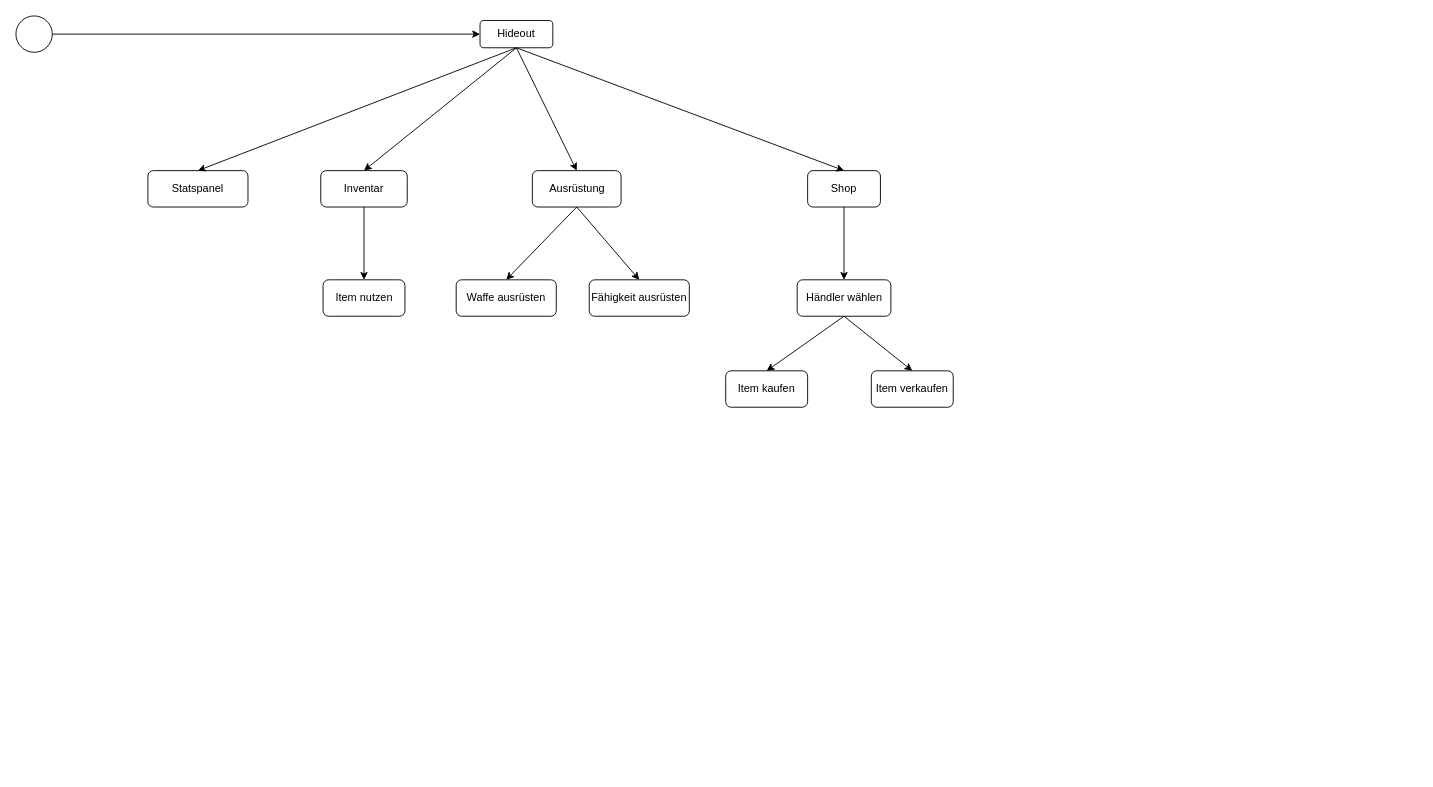
Earlier version of the draw.io diagram Ablaufplan.drawio (Fabi18742/Rpg). Source tidied: cells renumbered, new cells numbered last; positions are measured from the earlier drawing's top-left corner, leaving out a move shared by most shapes. Both pictures are drawn from the tidied source at 91%, with x=0, y=0 at pixel (15, 15).
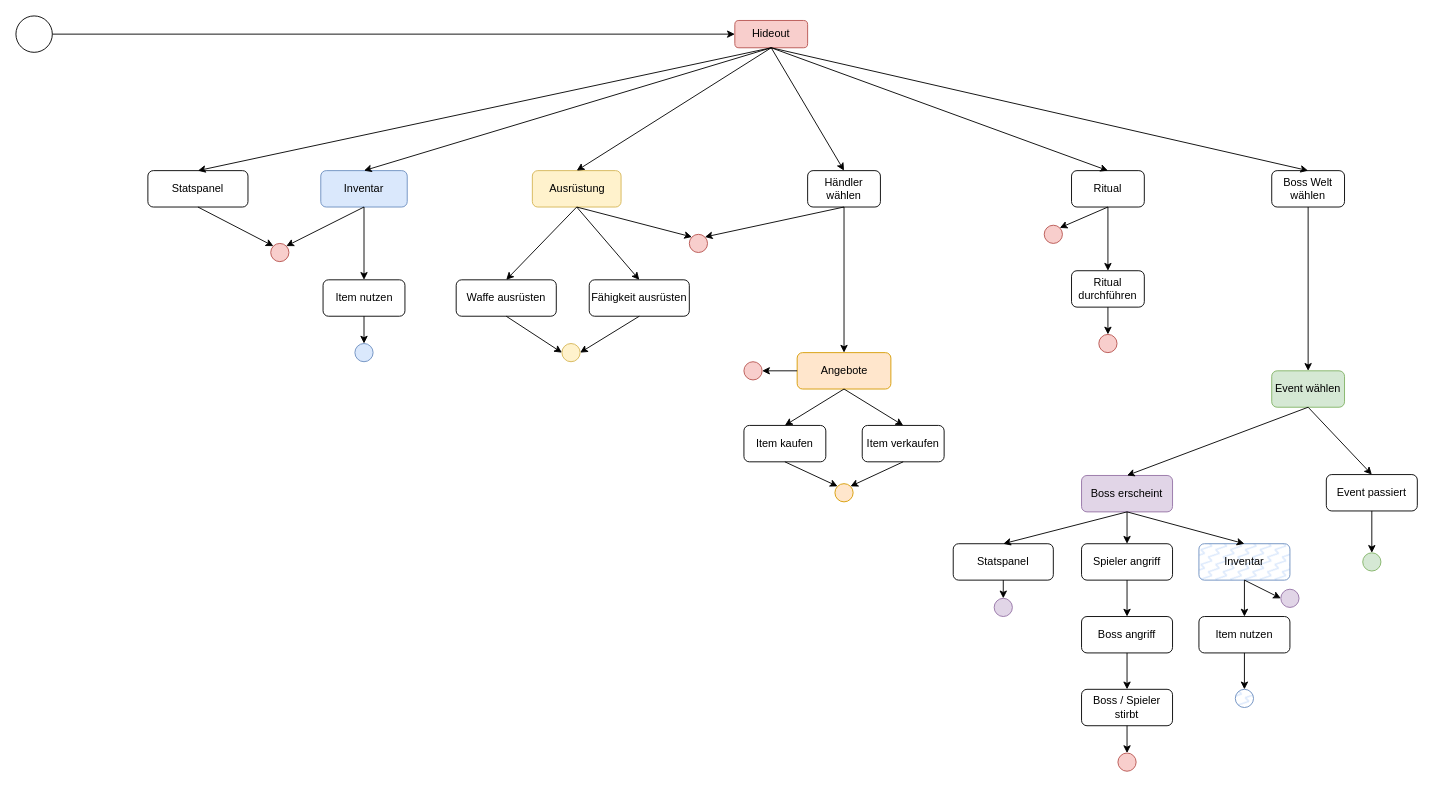
After the change.

The change refers to these unchanged cells:
```xml
<mxCell id="6" value="Statspanel" style="rounded=1;whiteSpace=wrap;html=1;" parent="1" vertex="1">
  <mxGeometry x="145" y="170" width="110" height="40" as="geometry" />
</mxCell>
<mxCell id="10" value="Item nutzen" style="rounded=1;whiteSpace=wrap;html=1;" parent="1" vertex="1">
  <mxGeometry x="337.5" y="290" width="90" height="40" as="geometry" />
</mxCell>
<mxCell id="14" value="Waffe ausrüsten" style="rounded=1;whiteSpace=wrap;html=1;" parent="1" vertex="1">
  <mxGeometry x="483.8" y="290" width="110" height="40" as="geometry" />
</mxCell>
<mxCell id="15" value="Fähigkeit ausrüsten" style="rounded=1;whiteSpace=wrap;html=1;" parent="1" vertex="1">
  <mxGeometry x="630" y="290" width="110" height="40" as="geometry" />
</mxCell>
```

Diff of the diagram source:
```diff
@@
-    <mxCell id="5" value="Hideout" style="rounded=1;whiteSpace=wrap;html=1;" parent="1" vertex="1">
-      <mxGeometry x="510" y="5" width="80" height="30" as="geometry" />
+    <mxCell id="5" value="Hideout" style="rounded=1;whiteSpace=wrap;html=1;fillColor=#f8cecc;strokeColor=#b85450;" parent="1" vertex="1">
+      <mxGeometry x="790" y="5" width="80" height="30" as="geometry" />
     </mxCell>
@@
-    <mxCell id="8" value="Inventar" style="rounded=1;whiteSpace=wrap;html=1;" parent="1" vertex="1">
+    <mxCell id="8" value="Inventar" style="rounded=1;whiteSpace=wrap;html=1;fillColor=#dae8fc;strokeColor=#6c8ebf;" parent="1" vertex="1">
       <mxGeometry x="335" y="170" width="95" height="40" as="geometry" />
     </mxCell>
@@
-    <mxCell id="12" value="Ausrüstung" style="rounded=1;whiteSpace=wrap;html=1;" parent="1" vertex="1">
+    <mxCell id="12" value="Ausrüstung" style="rounded=1;whiteSpace=wrap;html=1;fillColor=#fff2cc;strokeColor=#d6b656;" parent="1" vertex="1">
       <mxGeometry x="567.5" y="170" width="97.5" height="40" as="geometry" />
     </mxCell>
@@
-    <mxCell id="18" value="Shop" style="rounded=1;whiteSpace=wrap;html=1;" parent="1" vertex="1">
+    <mxCell id="18" value="Händler wählen" style="rounded=1;whiteSpace=wrap;html=1;" parent="1" vertex="1">
       <mxGeometry x="870" y="170" width="80" height="40" as="geometry" />
     </mxCell>
@@
-    <mxCell id="20" value="Händler wählen" style="rounded=1;whiteSpace=wrap;html=1;" parent="1" vertex="1">
-      <mxGeometry x="858.5" y="290" width="103" height="40" as="geometry" />
-    </mxCell>
-    <mxCell id="21" style="endArrow=classic;html=1;rounded=0;exitX=0.5;exitY=1;exitDx=0;exitDy=0;entryX=0.5;entryY=0;entryDx=0;entryDy=0;" parent="1" edge="1" source="18" target="20">
+    <mxCell id="21" style="endArrow=classic;html=1;rounded=0;exitX=0.5;exitY=1;exitDx=0;exitDy=0;entryX=0.5;entryY=0;entryDx=0;entryDy=0;" parent="1" edge="1" source="18" target="51">
       <mxGeometry relative="1" as="geometry" />
     </mxCell>
     <mxCell id="22" value="Item kaufen" style="rounded=1;whiteSpace=wrap;html=1;" parent="1" vertex="1">
-      <mxGeometry x="780" y="390" width="90" height="40" as="geometry" />
+      <mxGeometry x="800" y="450" width="90" height="40" as="geometry" />
     </mxCell>
-    <mxCell id="23" style="endArrow=classic;html=1;rounded=0;exitX=0.5;exitY=1;exitDx=0;exitDy=0;entryX=0.5;entryY=0;entryDx=0;entryDy=0;" parent="1" edge="1" source="20" target="22">
-      <mxGeometry relative="1" as="geometry" />
-    </mxCell>
     <mxCell id="24" value="Item verkaufen" style="rounded=1;whiteSpace=wrap;html=1;" parent="1" vertex="1">
-      <mxGeometry x="940" y="390" width="90" height="40" as="geometry" />
+      <mxGeometry x="930" y="450" width="90" height="40" as="geometry" />
     </mxCell>
-    <mxCell id="25" style="endArrow=classic;html=1;rounded=0;exitX=0.5;exitY=1;exitDx=0;exitDy=0;entryX=0.5;entryY=0;entryDx=0;entryDy=0;" parent="1" edge="1" source="20" target="24">
-      <mxGeometry relative="1" as="geometry" />
-    </mxCell>
+    <mxCell id="26" value="Ritual" style="rounded=1;whiteSpace=wrap;html=1;" parent="1" vertex="1">
+      <mxGeometry x="1160" y="170" width="80" height="40" as="geometry" />
+    </mxCell>
+    <mxCell id="27" style="endArrow=classic;html=1;rounded=0;exitX=0.5;exitY=1;exitDx=0;exitDy=0;entryX=0.5;entryY=0;entryDx=0;entryDy=0;" parent="1" edge="1" source="5" target="26">
+      <mxGeometry relative="1" as="geometry" />
+    </mxCell>
+    <mxCell id="28" value="Ritual durchführen" style="rounded=1;whiteSpace=wrap;html=1;" parent="1" vertex="1">
+      <mxGeometry x="1160" y="280" width="80" height="40" as="geometry" />
+    </mxCell>
+    <mxCell id="29" style="endArrow=classic;html=1;rounded=0;exitX=0.5;exitY=1;exitDx=0;exitDy=0;entryX=0.5;entryY=0;entryDx=0;entryDy=0;" parent="1" edge="1" source="26" target="28">
+      <mxGeometry relative="1" as="geometry" />
+    </mxCell>
+    <mxCell id="30" value="Boss Welt wählen" style="rounded=1;whiteSpace=wrap;html=1;" parent="1" vertex="1">
+      <mxGeometry x="1380" y="170" width="80" height="40" as="geometry" />
+    </mxCell>
+    <mxCell id="31" style="endArrow=classic;html=1;rounded=0;exitX=0.5;exitY=1;exitDx=0;exitDy=0;entryX=0.5;entryY=0;entryDx=0;entryDy=0;" parent="1" edge="1" source="5" target="30">
+      <mxGeometry relative="1" as="geometry" />
+    </mxCell>
+    <mxCell id="32" style="endArrow=classic;html=1;rounded=0;exitX=0.5;exitY=1;exitDx=0;exitDy=0;entryX=0.5;entryY=0;entryDx=0;entryDy=0;" parent="1" edge="1" source="30" target="33">
+      <mxGeometry relative="1" as="geometry" />
+    </mxCell>
+    <mxCell id="33" value="Event wählen" style="rounded=1;whiteSpace=wrap;html=1;fillColor=#d5e8d4;strokeColor=#82b366;" parent="1" vertex="1">
+      <mxGeometry x="1380" y="390" width="80" height="40" as="geometry" />
+    </mxCell>
+    <mxCell id="34" value="Boss erscheint" style="rounded=1;whiteSpace=wrap;html=1;fillColor=#e1d5e7;strokeColor=#9673a6;" parent="1" vertex="1">
+      <mxGeometry x="1171" y="505" width="100" height="40" as="geometry" />
+    </mxCell>
+    <mxCell id="35" style="endArrow=classic;html=1;rounded=0;exitX=0.5;exitY=1;exitDx=0;exitDy=0;entryX=0.5;entryY=0;entryDx=0;entryDy=0;" parent="1" edge="1" source="33" target="34">
+      <mxGeometry relative="1" as="geometry" />
+    </mxCell>
+    <mxCell id="36" value="Event passiert" style="rounded=1;whiteSpace=wrap;html=1;" parent="1" vertex="1">
+      <mxGeometry x="1440" y="504" width="100" height="40" as="geometry" />
+    </mxCell>
+    <mxCell id="37" style="endArrow=classic;html=1;rounded=0;exitX=0.5;exitY=1;exitDx=0;exitDy=0;entryX=0.5;entryY=0;entryDx=0;entryDy=0;" parent="1" edge="1" source="33" target="36">
+      <mxGeometry relative="1" as="geometry" />
+    </mxCell>
+    <mxCell id="38" style="ellipse;whiteSpace=wrap;html=1;fillColor=#d5e8d4;strokeColor=#82b366;" parent="1" vertex="1">
+      <mxGeometry x="1480" y="590" width="20" height="20" as="geometry" />
+    </mxCell>
+    <mxCell id="39" style="endArrow=classic;html=1;rounded=0;exitX=0.5;exitY=1;exitDx=0;exitDy=0;entryX=0.5;entryY=0;entryDx=0;entryDy=0;" parent="1" edge="1" source="36" target="38">
+      <mxGeometry relative="1" as="geometry" />
+    </mxCell>
+    <mxCell id="40" style="ellipse;whiteSpace=wrap;html=1;fillColor=#f8cecc;strokeColor=#b85450;" parent="1" vertex="1">
+      <mxGeometry x="280" y="250" width="20" height="20" as="geometry" />
+    </mxCell>
+    <mxCell id="41" style="endArrow=classic;html=1;rounded=0;exitX=0.5;exitY=1;exitDx=0;exitDy=0;entryX=0;entryY=0;entryDx=0;entryDy=0;" parent="1" edge="1" source="6" target="40">
+      <mxGeometry relative="1" as="geometry" />
+    </mxCell>
+    <mxCell id="42" style="ellipse;whiteSpace=wrap;html=1;fillColor=#dae8fc;strokeColor=#6c8ebf;" parent="1" vertex="1">
+      <mxGeometry x="372.5" y="360" width="20" height="20" as="geometry" />
+    </mxCell>
+    <mxCell id="43" style="endArrow=classic;html=1;rounded=0;exitX=0.5;exitY=1;exitDx=0;exitDy=0;entryX=0.5;entryY=0;entryDx=0;entryDy=0;" parent="1" edge="1" source="10" target="42">
+      <mxGeometry relative="1" as="geometry" />
+    </mxCell>
+    <mxCell id="44" style="endArrow=classic;html=1;rounded=0;exitX=0.5;exitY=1;exitDx=0;exitDy=0;entryX=1;entryY=0;entryDx=0;entryDy=0;" parent="1" edge="1" source="8" target="40">
+      <mxGeometry relative="1" as="geometry" />
+    </mxCell>
+    <mxCell id="45" style="ellipse;whiteSpace=wrap;html=1;fillColor=#fff2cc;strokeColor=#d6b656;" parent="1" vertex="1">
+      <mxGeometry x="600" y="360" width="20" height="20" as="geometry" />
+    </mxCell>
+    <mxCell id="46" style="endArrow=classic;html=1;rounded=0;exitX=0.5;exitY=1;exitDx=0;exitDy=0;entryX=0;entryY=0.5;entryDx=0;entryDy=0;" parent="1" edge="1" source="14" target="45">
+      <mxGeometry relative="1" as="geometry" />
+    </mxCell>
+    <mxCell id="47" style="endArrow=classic;html=1;rounded=0;exitX=0.5;exitY=1;exitDx=0;exitDy=0;entryX=1;entryY=0.5;entryDx=0;entryDy=0;" parent="1" edge="1" source="15" target="45">
+      <mxGeometry relative="1" as="geometry" />
+    </mxCell>
+    <mxCell id="48" style="ellipse;whiteSpace=wrap;html=1;fillColor=#f8cecc;strokeColor=#b85450;" parent="1" vertex="1">
+      <mxGeometry x="740" y="240" width="20" height="20" as="geometry" />
+    </mxCell>
+    <mxCell id="49" style="endArrow=classic;html=1;rounded=0;exitX=0.5;exitY=1;exitDx=0;exitDy=0;entryX=0;entryY=0;entryDx=0;entryDy=0;" parent="1" edge="1" source="12" target="48">
+      <mxGeometry relative="1" as="geometry" />
+    </mxCell>
+    <mxCell id="50" style="endArrow=classic;html=1;rounded=0;entryX=1;entryY=0;entryDx=0;entryDy=0;" parent="1" edge="1" target="48">
+      <mxGeometry relative="1" as="geometry">
+        <mxPoint x="910" y="210" as="sourcePoint" />
+      </mxGeometry>
+    </mxCell>
+    <mxCell id="51" value="Angebote" style="rounded=1;whiteSpace=wrap;html=1;fillColor=#ffe6cc;strokeColor=#d79b00;" parent="1" vertex="1">
+      <mxGeometry x="858.5" y="370" width="103" height="40" as="geometry" />
+    </mxCell>
+    <mxCell id="52" style="endArrow=classic;html=1;rounded=0;exitX=0.5;exitY=1;exitDx=0;exitDy=0;entryX=0.5;entryY=0;entryDx=0;entryDy=0;" parent="1" edge="1" source="51" target="22">
+      <mxGeometry relative="1" as="geometry" />
+    </mxCell>
+    <mxCell id="53" style="endArrow=classic;html=1;rounded=0;exitX=0.5;exitY=1;exitDx=0;exitDy=0;entryX=0.5;entryY=0;entryDx=0;entryDy=0;" parent="1" edge="1" source="51" target="24">
+      <mxGeometry relative="1" as="geometry" />
+    </mxCell>
+    <mxCell id="54" style="ellipse;whiteSpace=wrap;html=1;fillColor=#ffe6cc;strokeColor=#d79b00;" parent="1" vertex="1">
+      <mxGeometry x="900" y="514" width="20" height="20" as="geometry" />
+    </mxCell>
+    <mxCell id="55" style="endArrow=classic;html=1;rounded=0;exitX=0.5;exitY=1;exitDx=0;exitDy=0;entryX=0;entryY=0;entryDx=0;entryDy=0;" parent="1" edge="1" source="22" target="54">
+      <mxGeometry relative="1" as="geometry" />
+    </mxCell>
+    <mxCell id="56" style="endArrow=classic;html=1;rounded=0;exitX=0.5;exitY=1;exitDx=0;exitDy=0;entryX=1;entryY=0;entryDx=0;entryDy=0;" parent="1" edge="1" source="24" target="54">
+      <mxGeometry relative="1" as="geometry" />
+    </mxCell>
+    <mxCell id="57" style="ellipse;whiteSpace=wrap;html=1;fillColor=#f8cecc;strokeColor=#b85450;" parent="1" vertex="1">
+      <mxGeometry x="800" y="380" width="20" height="20" as="geometry" />
+    </mxCell>
+    <mxCell id="58" style="endArrow=classic;html=1;rounded=0;exitX=0;exitY=0.5;exitDx=0;exitDy=0;entryX=1;entryY=0.5;entryDx=0;entryDy=0;" parent="1" edge="1" source="51" target="57">
+      <mxGeometry relative="1" as="geometry" />
+    </mxCell>
+    <mxCell id="59" style="ellipse;whiteSpace=wrap;html=1;fillColor=#f8cecc;strokeColor=#b85450;" parent="1" vertex="1">
+      <mxGeometry x="1130" y="230" width="20" height="20" as="geometry" />
+    </mxCell>
+    <mxCell id="60" style="endArrow=classic;html=1;rounded=0;exitX=0.5;exitY=1;exitDx=0;exitDy=0;entryX=1;entryY=0;entryDx=0;entryDy=0;" parent="1" edge="1" source="26" target="59">
+      <mxGeometry relative="1" as="geometry" />
+    </mxCell>
+    <mxCell id="61" style="ellipse;whiteSpace=wrap;html=1;fillColor=#f8cecc;strokeColor=#b85450;" parent="1" vertex="1">
+      <mxGeometry x="1190" y="350" width="20" height="20" as="geometry" />
+    </mxCell>
+    <mxCell id="62" style="endArrow=classic;html=1;rounded=0;exitX=0.5;exitY=1;exitDx=0;exitDy=0;entryX=0.5;entryY=0;entryDx=0;entryDy=0;" parent="1" edge="1" source="28" target="61">
+      <mxGeometry relative="1" as="geometry" />
+    </mxCell>
+    <mxCell id="63" value="Spieler angriff" style="rounded=1;whiteSpace=wrap;html=1;" parent="1" vertex="1">
+      <mxGeometry x="1171" y="580" width="100" height="40" as="geometry" />
+    </mxCell>
+    <mxCell id="64" style="endArrow=classic;html=1;rounded=0;exitX=0.5;exitY=1;exitDx=0;exitDy=0;entryX=0.5;entryY=0;entryDx=0;entryDy=0;" parent="1" edge="1" source="34" target="63">
+      <mxGeometry relative="1" as="geometry" />
+    </mxCell>
+    <mxCell id="65" value="Boss angriff" style="rounded=1;whiteSpace=wrap;html=1;" parent="1" vertex="1">
+      <mxGeometry x="1171" y="660" width="100" height="40" as="geometry" />
+    </mxCell>
+    <mxCell id="66" style="endArrow=classic;html=1;rounded=0;exitX=0.5;exitY=1;exitDx=0;exitDy=0;entryX=0.5;entryY=0;entryDx=0;entryDy=0;" parent="1" edge="1" source="63" target="65">
+      <mxGeometry relative="1" as="geometry" />
+    </mxCell>
+    <mxCell id="67" value="Inventar" style="rounded=1;whiteSpace=wrap;html=1;fillStyle=zigzag-line;fillColor=#dae8fc;strokeColor=#6c8ebf;" parent="1" vertex="1">
+      <mxGeometry x="1300" y="580" width="100" height="40" as="geometry" />
+    </mxCell>
+    <mxCell id="68" value="Item nutzen" style="rounded=1;whiteSpace=wrap;html=1;" parent="1" vertex="1">
+      <mxGeometry x="1300" y="660" width="100" height="40" as="geometry" />
+    </mxCell>
+    <mxCell id="69" style="endArrow=classic;html=1;rounded=0;exitX=0.5;exitY=1;exitDx=0;exitDy=0;entryX=0.5;entryY=0;entryDx=0;entryDy=0;" parent="1" edge="1" source="67" target="68">
+      <mxGeometry relative="1" as="geometry" />
+    </mxCell>
+    <mxCell id="70" style="endArrow=classic;html=1;rounded=0;exitX=0.5;exitY=1;exitDx=0;exitDy=0;entryX=0.5;entryY=0;entryDx=0;entryDy=0;" parent="1" edge="1" source="34" target="67">
+      <mxGeometry relative="1" as="geometry" />
+    </mxCell>
+    <mxCell id="71" style="ellipse;whiteSpace=wrap;html=1;fillColor=#e1d5e7;strokeColor=#9673a6;" parent="1" vertex="1">
+      <mxGeometry x="1390" y="630" width="20" height="20" as="geometry" />
+    </mxCell>
+    <mxCell id="72" style="endArrow=classic;html=1;rounded=0;entryX=0;entryY=0.5;entryDx=0;entryDy=0;exitX=0.5;exitY=1;exitDx=0;exitDy=0;" parent="1" edge="1" source="67" target="71">
+      <mxGeometry relative="1" as="geometry" />
+    </mxCell>
+    <mxCell id="73" style="ellipse;whiteSpace=wrap;html=1;fillColor=#dae8fc;strokeColor=#6c8ebf;fillStyle=zigzag-line;" parent="1" vertex="1">
+      <mxGeometry x="1340" y="740" width="20" height="20" as="geometry" />
+    </mxCell>
+    <mxCell id="74" style="endArrow=classic;html=1;rounded=0;exitX=0.5;exitY=1;exitDx=0;exitDy=0;entryX=0.5;entryY=0;entryDx=0;entryDy=0;" parent="1" edge="1" source="68" target="73">
+      <mxGeometry relative="1" as="geometry" />
+    </mxCell>
+    <mxCell id="75" value="Statspanel" style="rounded=1;whiteSpace=wrap;html=1;" parent="1" vertex="1">
+      <mxGeometry x="1030" y="580" width="110" height="40" as="geometry" />
+    </mxCell>
+    <mxCell id="76" style="endArrow=classic;html=1;rounded=0;exitX=0.5;exitY=1;exitDx=0;exitDy=0;entryX=0.5;entryY=0;entryDx=0;entryDy=0;" parent="1" edge="1" source="34" target="75">
+      <mxGeometry relative="1" as="geometry" />
+    </mxCell>
+    <mxCell id="77" style="ellipse;whiteSpace=wrap;html=1;fillColor=#e1d5e7;strokeColor=#9673a6;" parent="1" vertex="1">
+      <mxGeometry x="1075" y="640" width="20" height="20" as="geometry" />
+    </mxCell>
+    <mxCell id="78" style="endArrow=classic;html=1;rounded=0;exitX=0.5;exitY=1;exitDx=0;exitDy=0;entryX=0.5;entryY=0;entryDx=0;entryDy=0;" parent="1" edge="1" source="75" target="77">
+      <mxGeometry relative="1" as="geometry" />
+    </mxCell>
+    <mxCell id="79" value="Boss / Spieler stirbt" style="rounded=1;whiteSpace=wrap;html=1;" parent="1" vertex="1">
+      <mxGeometry x="1171" y="740" width="100" height="40" as="geometry" />
+    </mxCell>
+    <mxCell id="80" style="endArrow=classic;html=1;rounded=0;exitX=0.5;exitY=1;exitDx=0;exitDy=0;entryX=0.5;entryY=0;entryDx=0;entryDy=0;" parent="1" edge="1" source="65" target="79">
+      <mxGeometry relative="1" as="geometry" />
+    </mxCell>
+    <mxCell id="81" style="ellipse;whiteSpace=wrap;html=1;fillColor=#f8cecc;strokeColor=#b85450;" parent="1" vertex="1">
+      <mxGeometry x="1211" y="810" width="20" height="20" as="geometry" />
+    </mxCell>
+    <mxCell id="82" style="endArrow=classic;html=1;rounded=0;exitX=0.5;exitY=1;exitDx=0;exitDy=0;entryX=0.5;entryY=0;entryDx=0;entryDy=0;" parent="1" edge="1" source="79" target="81">
+      <mxGeometry relative="1" as="geometry" />
+    </mxCell>
```
